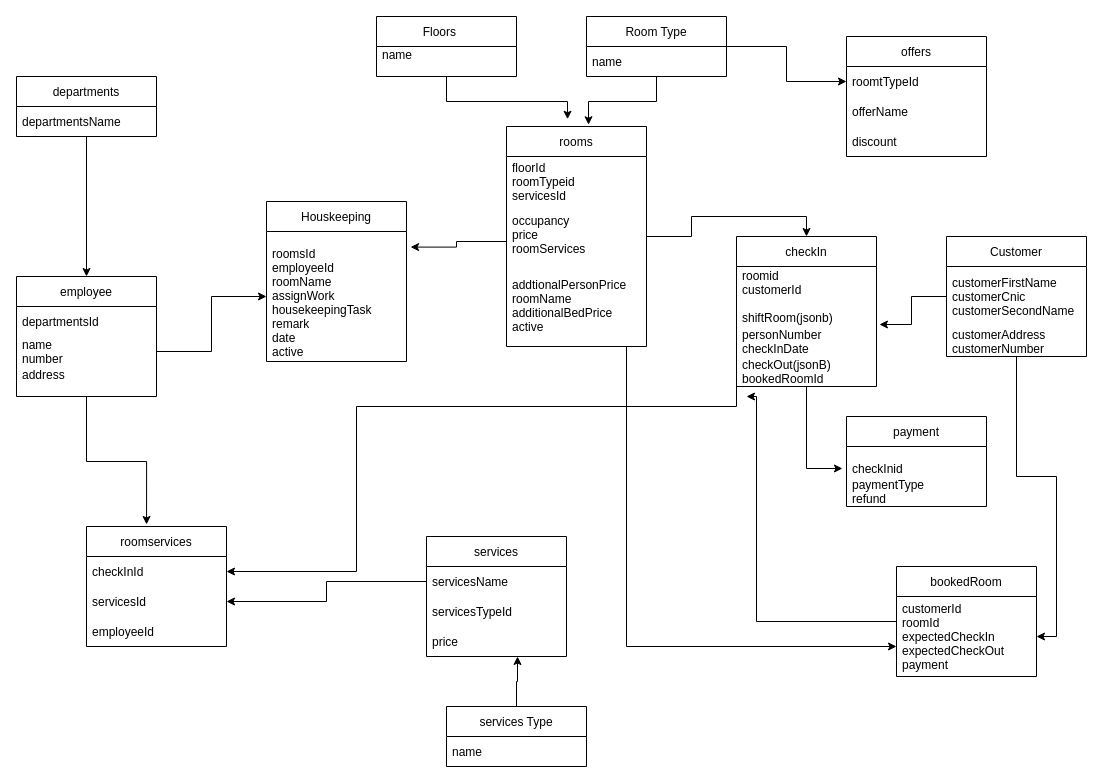
zaryabali786/erdDiagram keeps this draw.io diagram as new9.drawio. Above is the earlier version. Source tidied: cells renumbered, new cells numbered last; positions are measured from the earlier drawing's top-left corner, leaving out a move shared by most shapes. Both pictures are drawn from the tidied source at 100%, with x=0, y=0 at pixel (16, 16).
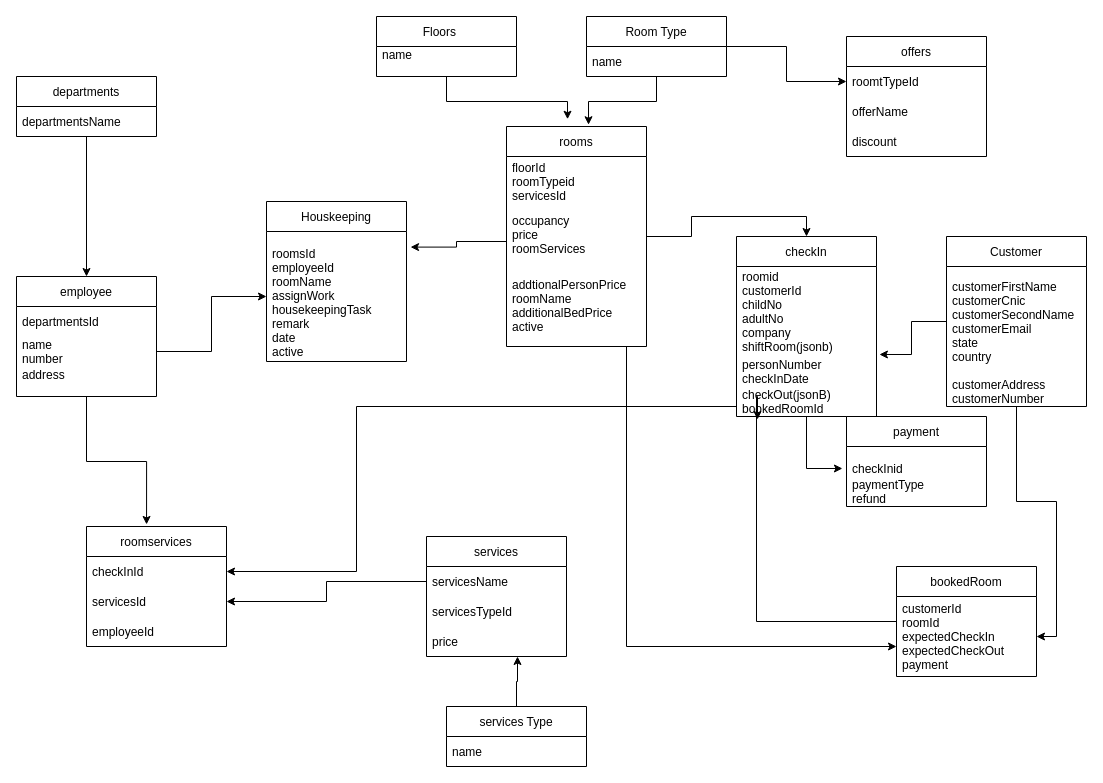
The same diagram, later.

The change refers to these unchanged cells:
```xml
<mxCell id="42" value="bookedRoom" style="swimlane;fontStyle=0;horizontal=1;startSize=30;" parent="1" vertex="1">
  <mxGeometry x="880" y="550" width="140" height="110" as="geometry" />
</mxCell>
```

Diff of the diagram source:
```diff
@@
     <mxCell id="30" value="Customer" style="swimlane;fontStyle=0;horizontal=1;startSize=30;" parent="1" vertex="1">
-      <mxGeometry x="930" y="220" width="140" height="120" as="geometry" />
+      <mxGeometry x="930" y="220" width="140" height="170" as="geometry" />
     </mxCell>
-    <mxCell id="31" value="customerFirstName&#10;customerCnic&#10;customerSecondName" style="text;strokeColor=none;fillColor=none;align=left;verticalAlign=middle;spacingLeft=4;spacingRight=4;overflow=hidden;" parent="30" vertex="1">
-      <mxGeometry y="30" width="140" height="60" as="geometry" />
+    <mxCell id="31" value="customerFirstName&#10;customerCnic&#10;customerSecondName&#10;customerEmail&#10;state&#10;country" style="text;strokeColor=none;fillColor=none;align=left;verticalAlign=middle;spacingLeft=4;spacingRight=4;overflow=hidden;" parent="30" vertex="1">
+      <mxGeometry y="30" width="140" height="110" as="geometry" />
     </mxCell>
     <mxCell id="32" value="customerAddress&#10;customerNumber" style="text;strokeColor=none;fillColor=none;align=left;verticalAlign=middle;spacingLeft=4;spacingRight=4;overflow=hidden;" parent="30" vertex="1">
-      <mxGeometry y="90" width="140" height="30" as="geometry" />
+      <mxGeometry y="140" width="140" height="30" as="geometry" />
     </mxCell>
@@
     <mxCell id="34" value="checkIn" style="swimlane;fontStyle=0;horizontal=1;startSize=30;" parent="1" vertex="1">
-      <mxGeometry x="720" y="220" width="140" height="150" as="geometry" />
+      <mxGeometry x="720" y="220" width="140" height="180" as="geometry" />
     </mxCell>
-    <mxCell id="35" value="roomid&#10;customerId&#10;&#10;shiftRoom(jsonb)" style="text;strokeColor=none;fillColor=none;align=left;verticalAlign=middle;spacingLeft=4;spacingRight=4;overflow=hidden;" parent="34" vertex="1">
-      <mxGeometry y="30" width="140" height="60" as="geometry" />
+    <mxCell id="35" value="roomid&#10;customerId&#10;childNo&#10;adultNo&#10;company&#10;shiftRoom(jsonb)" style="text;strokeColor=none;fillColor=none;align=left;verticalAlign=middle;spacingLeft=4;spacingRight=4;overflow=hidden;" parent="34" vertex="1">
+      <mxGeometry y="30" width="140" height="90" as="geometry" />
     </mxCell>
     <mxCell id="36" value="personNumber&#10;checkInDate" style="text;strokeColor=none;fillColor=none;align=left;verticalAlign=middle;spacingLeft=4;spacingRight=4;overflow=hidden;points=[[0,0.5],[1,0.5]];portConstraint=eastwest;" parent="34" vertex="1">
-      <mxGeometry y="90" width="140" height="30" as="geometry" />
+      <mxGeometry y="120" width="140" height="30" as="geometry" />
     </mxCell>
     <mxCell id="37" value="checkOut(jsonB)&#10;bookedRoomId" style="text;strokeColor=none;fillColor=none;align=left;verticalAlign=middle;spacingLeft=4;spacingRight=4;overflow=hidden;points=[[0,0.5],[1,0.5]];portConstraint=eastwest;" parent="34" vertex="1">
-      <mxGeometry y="120" width="140" height="30" as="geometry" />
+      <mxGeometry y="150" width="140" height="30" as="geometry" />
     </mxCell>
@@
-    <mxCell id="41" style="edgeStyle=orthogonalEdgeStyle;rounded=0;jettySize=auto;html=1;" parent="1" edge="1" source="42">
+    <mxCell id="41" style="edgeStyle=orthogonalEdgeStyle;rounded=0;jettySize=auto;html=1;entryX=0.15;entryY=1.1;entryDx=0;entryDy=0;entryPerimeter=0;" parent="1" edge="1" source="42" target="37">
       <mxGeometry relative="1" as="geometry">
-        <mxPoint x="730" y="380" as="targetPoint" />
         <Array as="points">
           <mxPoint x="740" y="605" />
           <mxPoint x="740" y="380" />
+          <mxPoint x="741" y="380" />
         </Array>
       </mxGeometry>
     </mxCell>
```
